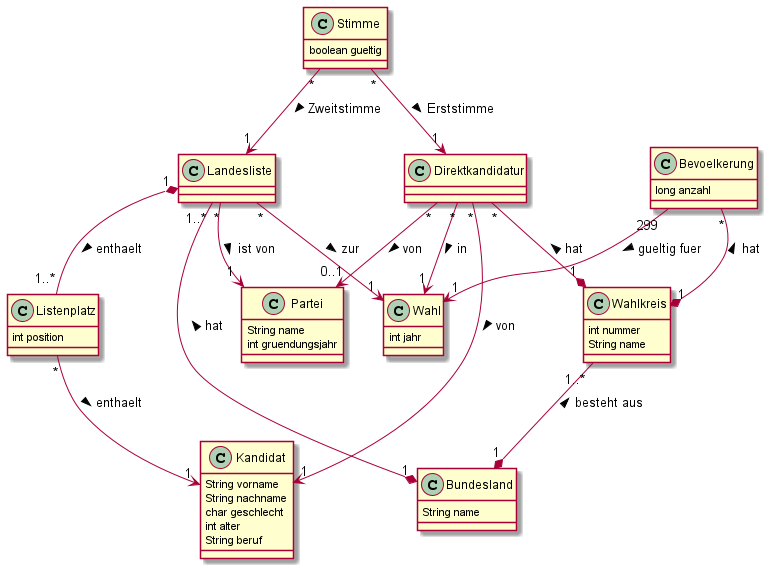
Before: Blatt1/Entwurf.png, a diagram exported from PlantUML (Toemmsche/database-systems-project-mirror).
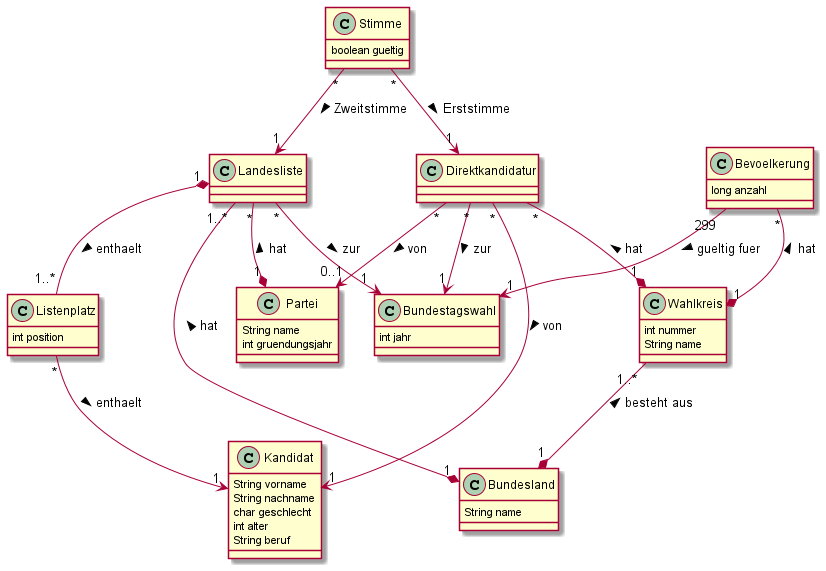
The same diagram one commit later.

Commit message:
update some labels and association types

Change to the diagram source:
```diff
@@ -1,5 +1,4 @@
 @startuml
-
 class Kandidat {
     String vorname
     String nachname
@@ -17,7 +16,7 @@
     int gruendungsjahr
 }
 
-class Wahl {
+class Bundestagswahl{
    int jahr
 }
 
@@ -33,7 +32,6 @@
     int position
 }
 
-
 class Wahlkreis {
     int nummer
     String name
@@ -46,11 +44,9 @@
 class Direktkandidatur {
 }
 
-
 Landesliste "1..*" --* "1" Bundesland : < hat
-Landesliste "*" --> "1" Partei : ist von >
-Landesliste "*" --> "1" Wahl : zur >
-
+Landesliste "*" --* "1" Partei : < hat
+Landesliste "*" --> "1" Bundestagswahl: zur >
 
 Landesliste "1" *-- "1..*" Listenplatz : enthaelt >
 Listenplatz "*" --> "1" Kandidat : enthaelt >
@@ -58,13 +54,12 @@
 Wahlkreis "1..*" --* "1" Bundesland : besteht aus <
 
 Bevoelkerung "*" --* "1" Wahlkreis : < hat
-Bevoelkerung "299" --> "1" Wahl : gueltig fuer >
-
+Bevoelkerung "299" --> "1" Bundestagswahl: gueltig fuer >
 
 Direktkandidatur "*" --> "1" Kandidat : von >
 Direktkandidatur "*" --* "1" Wahlkreis : < hat
 Direktkandidatur "*" --> "0..1" Partei : von >
-Direktkandidatur "*" --> "1" Wahl : in >
+Direktkandidatur "*" --> "1" Bundestagswahl: zur >
 
 Stimme "*" --> "1" Direktkandidatur : Erststimme >
 Stimme "*" --> "1" Landesliste : Zweitstimme >
```
